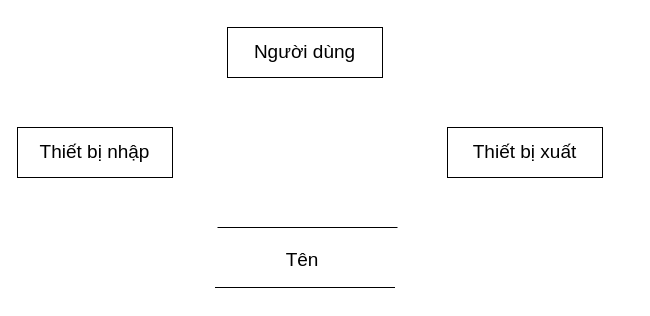
The draw.io diagram CheckUrDFDForNewStrategyOption.drawio in ht-N/NMCNPM, before the edit. Source tidied: cells renumbered, new cells numbered last; positions are measured from the earlier drawing's top-left corner, leaving out a move shared by most shapes. Both pictures are drawn from the tidied source at 100%, with x=0, y=0 at pixel (17, 27).
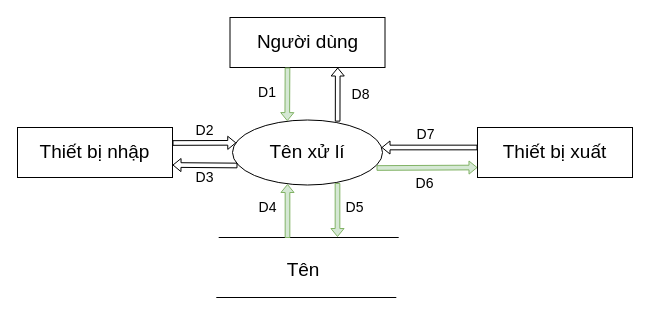
The same diagram, later.

Unchanged cells that the change refers to:
```xml
<mxCell id="3" value="Thiết bị nhập" style="rounded=0;whiteSpace=wrap;html=1;fontSize=19;" parent="1" vertex="1">
  <mxGeometry y="100" width="155" height="50" as="geometry" />
</mxCell>
```

Change to the diagram source:
```diff
@@
     <mxCell id="2" value="Người dùng" style="rounded=0;whiteSpace=wrap;html=1;fontSize=19;" parent="1" vertex="1">
-      <mxGeometry x="210" width="155" height="50" as="geometry" />
+      <mxGeometry x="212.5" y="-10" width="155" height="50" as="geometry" />
     </mxCell>
@@
     <mxCell id="4" value="Thiết bị xuất" style="rounded=0;whiteSpace=wrap;html=1;fontSize=19;" parent="1" vertex="1">
-      <mxGeometry x="430" y="100" width="155" height="50" as="geometry" />
+      <mxGeometry x="460" y="100" width="155" height="50" as="geometry" />
     </mxCell>
     <mxCell id="5" style="endArrow=none;html=1;rounded=0;" parent="1" edge="1">
       <mxGeometry relative="1" as="geometry">
-        <mxPoint x="200" y="200" as="sourcePoint" />
-        <mxPoint x="380" y="200" as="targetPoint" />
+        <mxPoint x="201.2" y="210" as="sourcePoint" />
+        <mxPoint x="381.2" y="210" as="targetPoint" />
       </mxGeometry>
     </mxCell>
     <mxCell id="6" style="endArrow=none;html=1;rounded=0;" parent="1" edge="1">
       <mxGeometry relative="1" as="geometry">
-        <mxPoint x="197.5" y="260" as="sourcePoint" />
-        <mxPoint x="377.5" y="260" as="targetPoint" />
+        <mxPoint x="198.8" y="270" as="sourcePoint" />
+        <mxPoint x="378.8" y="270" as="targetPoint" />
       </mxGeometry>
     </mxCell>
     <mxCell id="7" value="Tên" style="text;html=1;align=center;verticalAlign=middle;whiteSpace=wrap;rounded=0;fontSize=19;" parent="1" vertex="1">
-      <mxGeometry x="254.5" y="218" width="60" height="30" as="geometry" />
+      <mxGeometry x="255.8" y="228" width="60" height="30" as="geometry" />
     </mxCell>
+    <mxCell id="8" value="Tên xử lí" style="ellipse;whiteSpace=wrap;html=1;fontSize=19;" parent="1" vertex="1">
+      <mxGeometry x="215" y="92.5" width="150" height="65" as="geometry" />
+    </mxCell>
+    <mxCell id="9" style="shape=flexArrow;endArrow=classic;html=1;rounded=0;exitX=1;exitY=0.25;exitDx=0;exitDy=0;endWidth=7.444444444444444;entryX=0.025;entryY=0.351;entryDx=0;entryDy=0;entryPerimeter=0;endSize=2.3333333333333335;startSize=6;strokeWidth=1;width=4.666666666666667;" parent="1" edge="1" target="8">
+      <mxGeometry relative="1" as="geometry">
+        <mxPoint x="155" y="115.5" as="sourcePoint" />
+      </mxGeometry>
+    </mxCell>
+    <mxCell id="10" style="shape=flexArrow;endArrow=classic;html=1;rounded=0;endWidth=7.444444444444444;entryX=1;entryY=0.75;entryDx=0;entryDy=0;endSize=2.3333333333333335;startSize=6;strokeWidth=1;width=4.666666666666667;" parent="1" edge="1" target="3">
+      <mxGeometry relative="1" as="geometry">
+        <mxPoint x="220" y="138" as="sourcePoint" />
+      </mxGeometry>
+    </mxCell>
+    <mxCell id="11" style="shape=flexArrow;endArrow=classic;html=1;rounded=0;endWidth=7.444444444444444;endSize=2.3333333333333335;startSize=6;strokeWidth=1;width=4.666666666666667;entryX=0.365;entryY=0.017;entryDx=0;entryDy=0;entryPerimeter=0;fillColor=#d5e8d4;strokeColor=#82b366;" parent="1" edge="1" target="8">
+      <mxGeometry relative="1" as="geometry">
+        <mxPoint x="270" y="40" as="sourcePoint" />
+      </mxGeometry>
+    </mxCell>
+    <mxCell id="12" style="shape=flexArrow;endArrow=classic;html=1;rounded=0;endWidth=7.444444444444444;endSize=2.3333333333333335;startSize=6;strokeWidth=1;width=4.666666666666667;entryX=0.695;entryY=1;entryDx=0;entryDy=0;entryPerimeter=0;exitX=0.701;exitY=0.025;exitDx=0;exitDy=0;exitPerimeter=0;" parent="1" edge="1" source="8" target="2">
+      <mxGeometry relative="1" as="geometry" />
+    </mxCell>
+    <mxCell id="13" style="shape=flexArrow;endArrow=classic;html=1;rounded=0;endWidth=7.444444444444444;endSize=2.3333333333333335;startSize=6;strokeWidth=1;width=4.666666666666667;entryX=0.365;entryY=0.017;entryDx=0;entryDy=0;entryPerimeter=0;fillColor=#d5e8d4;strokeColor=#82b366;" parent="1" edge="1">
+      <mxGeometry relative="1" as="geometry">
+        <mxPoint x="320" y="155.5" as="sourcePoint" />
+        <mxPoint x="320" y="209.5" as="targetPoint" />
+      </mxGeometry>
+    </mxCell>
+    <mxCell id="14" style="shape=flexArrow;endArrow=classic;html=1;rounded=0;endWidth=7.444444444444444;endSize=2.3333333333333335;startSize=6;strokeWidth=1;width=4.666666666666667;entryX=0.695;entryY=1;entryDx=0;entryDy=0;entryPerimeter=0;exitX=0.701;exitY=0.025;exitDx=0;exitDy=0;exitPerimeter=0;fillColor=#d5e8d4;strokeColor=#82b366;" parent="1" edge="1">
+      <mxGeometry relative="1" as="geometry">
+        <mxPoint x="270" y="210.5" as="sourcePoint" />
+        <mxPoint x="270" y="156.5" as="targetPoint" />
+      </mxGeometry>
+    </mxCell>
+    <mxCell id="15" style="shape=flexArrow;endArrow=classic;html=1;rounded=0;exitX=1;exitY=0.25;exitDx=0;exitDy=0;endWidth=7.444444444444444;entryX=0;entryY=0.8;entryDx=0;entryDy=0;entryPerimeter=0;endSize=2.3333333333333335;startSize=6;strokeWidth=1;width=4.666666666666667;fillColor=#d5e8d4;strokeColor=#82b366;" parent="1" edge="1" target="4">
+      <mxGeometry relative="1" as="geometry">
+        <mxPoint x="359" y="140.5" as="sourcePoint" />
+      </mxGeometry>
+    </mxCell>
+    <mxCell id="16" style="shape=flexArrow;endArrow=classic;html=1;rounded=0;endWidth=7.444444444444444;endSize=2.3333333333333335;startSize=6;strokeWidth=1;width=4.666666666666667;" parent="1" edge="1">
+      <mxGeometry relative="1" as="geometry">
+        <mxPoint x="460" y="120" as="sourcePoint" />
+        <mxPoint x="364" y="120" as="targetPoint" />
+      </mxGeometry>
+    </mxCell>
+    <mxCell id="17" value="D1" style="text;html=1;align=center;verticalAlign=middle;whiteSpace=wrap;rounded=0;fontSize=14;" parent="1" vertex="1">
+      <mxGeometry x="220" y="50" width="60" height="30" as="geometry" />
+    </mxCell>
+    <mxCell id="18" value="D2" style="text;html=1;align=center;verticalAlign=middle;whiteSpace=wrap;rounded=0;fontSize=14;" parent="1" vertex="1">
+      <mxGeometry x="170" y="92.5" width="35" height="20" as="geometry" />
+    </mxCell>
+    <mxCell id="19" value="D3" style="text;html=1;align=center;verticalAlign=middle;whiteSpace=wrap;rounded=0;fontSize=14;" parent="1" vertex="1">
+      <mxGeometry x="170" y="140" width="35" height="20" as="geometry" />
+    </mxCell>
+    <mxCell id="20" value="D4" style="text;html=1;align=center;verticalAlign=middle;whiteSpace=wrap;rounded=0;fontSize=14;" parent="1" vertex="1">
+      <mxGeometry x="232.5" y="170" width="35" height="20" as="geometry" />
+    </mxCell>
+    <mxCell id="21" value="D5" style="text;html=1;align=center;verticalAlign=middle;whiteSpace=wrap;rounded=0;fontSize=14;" parent="1" vertex="1">
+      <mxGeometry x="320" y="170" width="35" height="20" as="geometry" />
+    </mxCell>
+    <mxCell id="22" value="D6" style="text;html=1;align=center;verticalAlign=middle;whiteSpace=wrap;rounded=0;fontSize=14;" parent="1" vertex="1">
+      <mxGeometry x="390" y="146" width="35" height="20" as="geometry" />
+    </mxCell>
+    <mxCell id="23" value="D7" style="text;html=1;align=center;verticalAlign=middle;whiteSpace=wrap;rounded=0;fontSize=14;" parent="1" vertex="1">
+      <mxGeometry x="391" y="96.5" width="35" height="20" as="geometry" />
+    </mxCell>
+    <mxCell id="24" value="D8" style="text;html=1;align=center;verticalAlign=middle;whiteSpace=wrap;rounded=0;fontSize=14;" parent="1" vertex="1">
+      <mxGeometry x="326" y="57" width="35" height="20" as="geometry" />
+    </mxCell>
```
